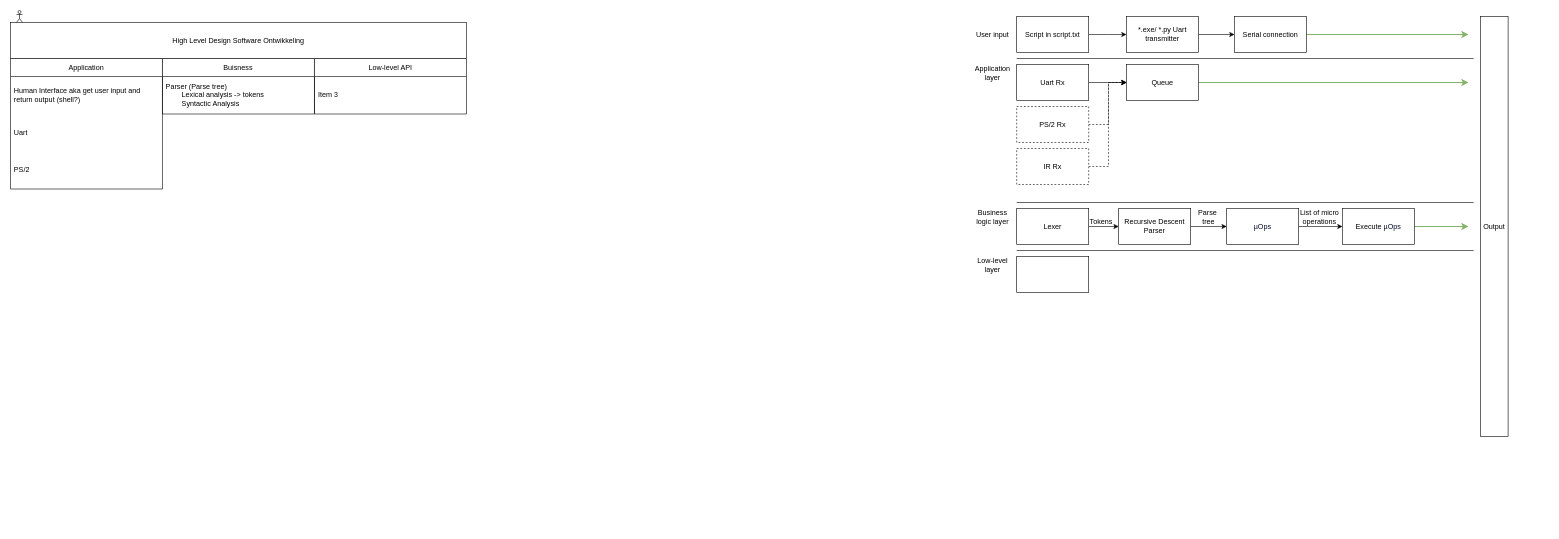
The draw.io diagram docs/HighLevelDesign.drawio in JesseSwildens/Software-ontwikkeling-VESOFTON, before the edit. Source tidied: cells renumbered, new cells numbered last; positions are measured from the earlier drawing's top-left corner, leaving out a move shared by most shapes. Both pictures are drawn from the tidied source at 60%, with x=0, y=0 at pixel (10, 10).
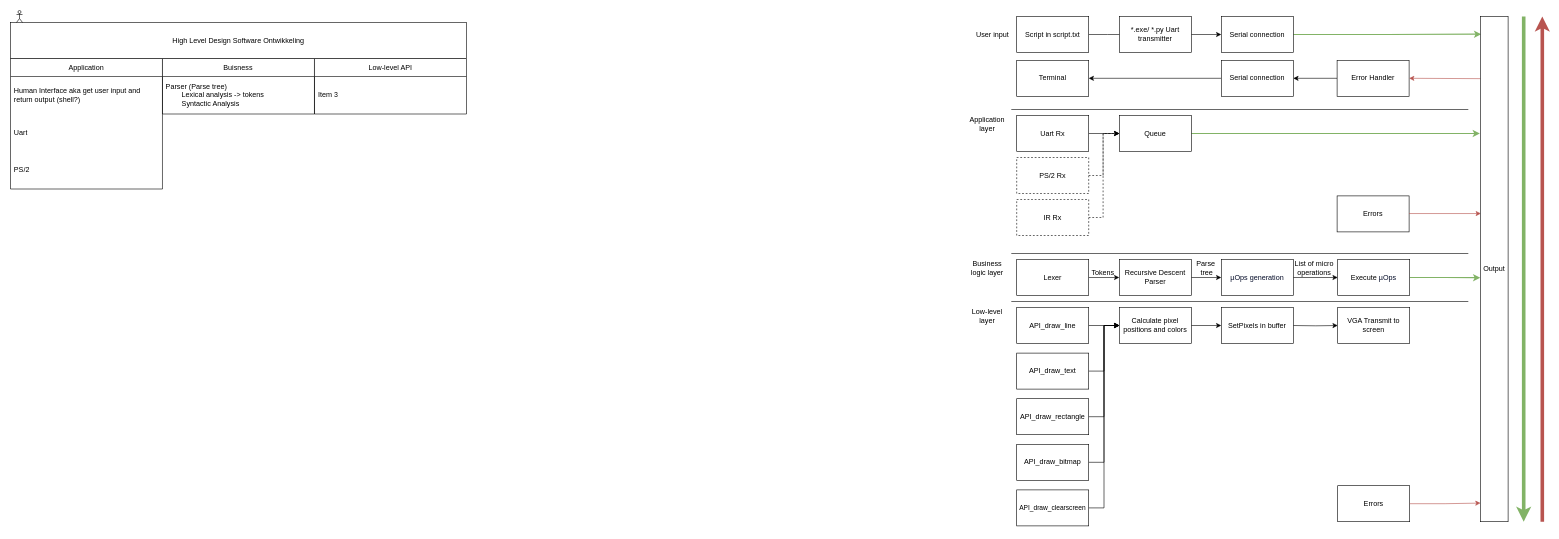
The same page after the edit.

Commit message:
HighLevelDesign.drawio added LLL and error handler in the diagram

Change to the diagram source:
```diff
@@
     <mxCell id="11" style="endArrow=none;html=1;rounded=0;" parent="1" edge="1">
       <mxGeometry relative="1" as="geometry">
-        <mxPoint x="1677" y="80" as="sourcePoint" />
-        <mxPoint x="2438.7" y="80" as="targetPoint" />
+        <mxPoint x="1668" y="165" as="sourcePoint" />
+        <mxPoint x="2429.7" y="165" as="targetPoint" />
       </mxGeometry>
     </mxCell>
     <mxCell id="12" style="endArrow=none;html=1;rounded=0;" parent="1" edge="1">
       <mxGeometry relative="1" as="geometry">
-        <mxPoint x="1677" y="320" as="sourcePoint" />
-        <mxPoint x="2438.7" y="320" as="targetPoint" />
+        <mxPoint x="1668" y="405" as="sourcePoint" />
+        <mxPoint x="2429.7" y="405" as="targetPoint" />
       </mxGeometry>
     </mxCell>
@@
     <mxCell id="20" value="*.exe/ *.py Uart transmitter" style="rounded=0;whiteSpace=wrap;html=1;" parent="1" vertex="1">
-      <mxGeometry x="1860" y="10" width="120" height="60" as="geometry" />
+      <mxGeometry x="1848" y="10" width="120" height="60" as="geometry" />
     </mxCell>
-    <mxCell id="21" style="edgeStyle=orthogonalEdgeStyle;rounded=0;jettySize=auto;html=1;fillColor=#d5e8d4;strokeColor=#82b366;strokeWidth=2;" parent="1" edge="1" source="22">
-      <mxGeometry relative="1" as="geometry">
-        <mxPoint x="2430" y="40" as="targetPoint" />
-      </mxGeometry>
+    <mxCell id="21" style="edgeStyle=orthogonalEdgeStyle;rounded=0;jettySize=auto;html=1;fillColor=#d5e8d4;strokeColor=#82b366;strokeWidth=2;entryX=0.027;entryY=0.035;entryDx=0;entryDy=0;entryPerimeter=0;" parent="1" edge="1" source="22" target="47">
+      <mxGeometry relative="1" as="geometry" />
     </mxCell>
     <mxCell id="22" value="Serial connection" style="rounded=0;whiteSpace=wrap;html=1;" parent="1" vertex="1">
-      <mxGeometry x="2040" y="10" width="120" height="60" as="geometry" />
+      <mxGeometry x="2018" y="10" width="120" height="60" as="geometry" />
     </mxCell>
     <mxCell id="23" value="Application layer" style="text;html=1;align=center;verticalAlign=middle;whiteSpace=wrap;rounded=0;" parent="1" vertex="1">
-      <mxGeometry x="1607" y="90" width="60" height="30" as="geometry" />
+      <mxGeometry x="1598" y="175" width="60" height="30" as="geometry" />
     </mxCell>
-    <mxCell id="24" style="edgeStyle=orthogonalEdgeStyle;rounded=0;jettySize=auto;html=1;" parent="1" edge="1" source="25">
-      <mxGeometry relative="1" as="geometry">
-        <mxPoint x="1860" y="120" as="targetPoint" />
-      </mxGeometry>
+    <mxCell id="24" style="edgeStyle=orthogonalEdgeStyle;rounded=0;jettySize=auto;html=1;entryX=0;entryY=0.5;entryDx=0;entryDy=0;" parent="1" edge="1" source="25" target="29">
+      <mxGeometry relative="1" as="geometry" />
     </mxCell>
     <mxCell id="25" value="Uart Rx" style="rounded=0;whiteSpace=wrap;html=1;" parent="1" vertex="1">
-      <mxGeometry x="1677" y="90" width="120" height="60" as="geometry" />
+      <mxGeometry x="1677" y="175" width="120" height="60" as="geometry" />
     </mxCell>
-    <mxCell id="26" style="edgeStyle=orthogonalEdgeStyle;rounded=0;jettySize=auto;html=1;dashed=1;" parent="1" edge="1" source="27">
+    <mxCell id="26" style="edgeStyle=orthogonalEdgeStyle;rounded=0;jettySize=auto;html=1;dashed=1;entryX=0;entryY=0.5;entryDx=0;entryDy=0;" parent="1" edge="1" source="27" target="29">
       <mxGeometry relative="1" as="geometry">
-        <mxPoint x="1860" y="120" as="targetPoint" />
         <Array as="points">
-          <mxPoint x="1830" y="190" />
-          <mxPoint x="1830" y="120" />
+          <mxPoint x="1821" y="275" />
+          <mxPoint x="1821" y="205" />
         </Array>
       </mxGeometry>
     </mxCell>
     <mxCell id="27" value="PS/2 Rx" style="rounded=0;whiteSpace=wrap;html=1;dashed=1;" parent="1" vertex="1">
-      <mxGeometry x="1677" y="160" width="120" height="60" as="geometry" />
+      <mxGeometry x="1677" y="245" width="120" height="60" as="geometry" />
     </mxCell>
     <mxCell id="28" style="edgeStyle=orthogonalEdgeStyle;rounded=0;jettySize=auto;html=1;fillColor=#d5e8d4;strokeColor=#82b366;strokeWidth=2;" parent="1" edge="1" source="29">
       <mxGeometry relative="1" as="geometry">
-        <mxPoint x="2430" y="120" as="targetPoint" />
+        <mxPoint x="2449" y="205" as="targetPoint" />
       </mxGeometry>
     </mxCell>
     <mxCell id="29" value="Queue" style="rounded=0;whiteSpace=wrap;html=1;" parent="1" vertex="1">
-      <mxGeometry x="1860" y="90" width="120" height="60" as="geometry" />
+      <mxGeometry x="1848" y="175" width="120" height="60" as="geometry" />
     </mxCell>
     <mxCell id="30" style="edgeStyle=orthogonalEdgeStyle;rounded=0;jettySize=auto;html=1;entryX=0;entryY=0.5;entryDx=0;entryDy=0;dashed=1;" parent="1" edge="1" source="31" target="29">
       <mxGeometry relative="1" as="geometry">
         <Array as="points">
-          <mxPoint x="1830" y="260" />
-          <mxPoint x="1830" y="120" />
+          <mxPoint x="1821" y="345" />
+          <mxPoint x="1821" y="205" />
         </Array>
       </mxGeometry>
     </mxCell>
     <mxCell id="31" value="IR Rx" style="rounded=0;whiteSpace=wrap;html=1;dashed=1;" parent="1" vertex="1">
-      <mxGeometry x="1677" y="230" width="120" height="60" as="geometry" />
+      <mxGeometry x="1677" y="315" width="120" height="60" as="geometry" />
     </mxCell>
     <mxCell id="32" value="Business logic layer" style="text;html=1;align=center;verticalAlign=middle;whiteSpace=wrap;rounded=0;" parent="1" vertex="1">
-      <mxGeometry x="1607" y="330" width="60" height="30" as="geometry" />
+      <mxGeometry x="1598" y="415" width="60" height="30" as="geometry" />
     </mxCell>
@@
     <mxCell id="34" value="Lexer" style="rounded=0;whiteSpace=wrap;html=1;" parent="1" vertex="1">
-      <mxGeometry x="1677" y="330" width="120" height="60" as="geometry" />
+      <mxGeometry x="1677" y="415" width="120" height="60" as="geometry" />
     </mxCell>
@@
     <mxCell id="36" value="Recursive Descent Parser" style="rounded=0;whiteSpace=wrap;html=1;" parent="1" vertex="1">
-      <mxGeometry x="1847" y="330" width="120" height="60" as="geometry" />
+      <mxGeometry x="1848" y="415" width="120" height="60" as="geometry" />
     </mxCell>
     <mxCell id="37" value="Tokens" style="text;html=1;align=center;verticalAlign=middle;whiteSpace=wrap;rounded=0;" parent="1" vertex="1">
-      <mxGeometry x="1788" y="337" width="60" height="30" as="geometry" />
+      <mxGeometry x="1791" y="423" width="60" height="30" as="geometry" />
     </mxCell>
@@
-    <mxCell id="39" value="&lt;div style=&quot;text-align: left;&quot;&gt;&lt;font size=&quot;1&quot; face=&quot;Google Sans, arial, sans-serif&quot; color=&quot;#040c28&quot;&gt;&lt;span style=&quot;background-color: rgb(255, 255, 255); font-size: 12px;&quot;&gt;µOps&lt;/span&gt;&lt;/font&gt;&lt;/div&gt;" style="whiteSpace=wrap;html=1;rounded=0;" parent="1" vertex="1">
-      <mxGeometry x="2027" y="330" width="120" height="60" as="geometry" />
+    <mxCell id="39" value="&lt;div style=&quot;text-align: left;&quot;&gt;&lt;font size=&quot;1&quot; face=&quot;Google Sans, arial, sans-serif&quot; color=&quot;#040c28&quot;&gt;&lt;span style=&quot;background-color: rgb(255, 255, 255); font-size: 12px;&quot;&gt;µOps generation&lt;/span&gt;&lt;/font&gt;&lt;/div&gt;" style="whiteSpace=wrap;html=1;rounded=0;" parent="1" vertex="1">
+      <mxGeometry x="2018" y="415" width="120" height="60" as="geometry" />
     </mxCell>
     <mxCell id="40" value="Parse&amp;nbsp;&lt;div&gt;tree&lt;/div&gt;" style="text;html=1;align=center;verticalAlign=middle;whiteSpace=wrap;rounded=0;" parent="1" vertex="1">
-      <mxGeometry x="1967" y="330" width="60" height="30" as="geometry" />
+      <mxGeometry x="1964" y="415" width="60" height="30" as="geometry" />
     </mxCell>
     <mxCell id="41" value="List of micro operations" style="text;html=1;align=center;verticalAlign=middle;whiteSpace=wrap;rounded=0;" parent="1" vertex="1">
-      <mxGeometry x="2147" y="330" width="70" height="30" as="geometry" />
+      <mxGeometry x="2138" y="415" width="70" height="30" as="geometry" />
     </mxCell>
     <mxCell id="42" style="endArrow=none;html=1;rounded=0;" parent="1" edge="1">
       <mxGeometry relative="1" as="geometry">
-        <mxPoint x="1677" y="400" as="sourcePoint" />
-        <mxPoint x="2438.7" y="400" as="targetPoint" />
+        <mxPoint x="1668" y="485" as="sourcePoint" />
+        <mxPoint x="2429.7" y="485" as="targetPoint" />
       </mxGeometry>
     </mxCell>
     <mxCell id="43" value="Low-level layer" style="text;html=1;align=center;verticalAlign=middle;whiteSpace=wrap;rounded=0;" parent="1" vertex="1">
-      <mxGeometry x="1607" y="410" width="60" height="30" as="geometry" />
+      <mxGeometry x="1598" y="495" width="60" height="30" as="geometry" />
     </mxCell>
+    <mxCell id="48" style="edgeStyle=orthogonalEdgeStyle;rounded=0;jettySize=auto;html=1;" parent="1" edge="1" source="44" target="63">
+      <mxGeometry relative="1" as="geometry" />
+    </mxCell>
-    <mxCell id="44" style="rounded=0;whiteSpace=wrap;html=1;" parent="1" vertex="1">
-      <mxGeometry x="1677" y="410" width="120" height="60" as="geometry" />
+    <mxCell id="44" value="API_draw_line" style="rounded=0;whiteSpace=wrap;html=1;" parent="1" vertex="1">
+      <mxGeometry x="1677" y="495" width="120" height="60" as="geometry" />
     </mxCell>
-    <mxCell id="45" style="edgeStyle=orthogonalEdgeStyle;rounded=0;jettySize=auto;html=1;fillColor=#d5e8d4;strokeColor=#82b366;strokeWidth=2;" parent="1" edge="1" source="46">
-      <mxGeometry relative="1" as="geometry">
-        <mxPoint x="2430" y="360" as="targetPoint" />
-      </mxGeometry>
+    <mxCell id="45" style="edgeStyle=orthogonalEdgeStyle;rounded=0;jettySize=auto;html=1;fillColor=#d5e8d4;strokeColor=#82b366;strokeWidth=2;entryX=-0.007;entryY=0.517;entryDx=0;entryDy=0;entryPerimeter=0;" parent="1" edge="1" source="46" target="47">
+      <mxGeometry relative="1" as="geometry" />
     </mxCell>
     <mxCell id="46" value="Execute&amp;nbsp;&lt;span style=&quot;color: rgb(4, 12, 40); font-family: &amp;quot;Google Sans&amp;quot;, arial, sans-serif; text-align: left; background-color: rgb(255, 255, 255);&quot;&gt;µOps&lt;/span&gt;" style="rounded=0;whiteSpace=wrap;html=1;" parent="1" vertex="1">
-      <mxGeometry x="2220" y="330" width="120" height="60" as="geometry" />
+      <mxGeometry x="2212" y="415" width="120" height="60" as="geometry" />
     </mxCell>
+    <mxCell id="49" style="edgeStyle=orthogonalEdgeStyle;rounded=0;jettySize=auto;html=1;entryX=1;entryY=0.5;entryDx=0;entryDy=0;" parent="1" edge="1" source="50" target="52">
+      <mxGeometry relative="1" as="geometry" />
+    </mxCell>
+    <mxCell id="50" value="Error Handler" style="rounded=0;whiteSpace=wrap;html=1;" parent="1" vertex="1">
+      <mxGeometry x="2211" y="83" width="120" height="60" as="geometry" />
+    </mxCell>
+    <mxCell id="51" style="edgeStyle=orthogonalEdgeStyle;rounded=0;jettySize=auto;html=1;entryX=1;entryY=0.5;entryDx=0;entryDy=0;" parent="1" edge="1" source="52" target="53">
+      <mxGeometry relative="1" as="geometry" />
+    </mxCell>
+    <mxCell id="52" value="Serial connection" style="rounded=0;whiteSpace=wrap;html=1;" parent="1" vertex="1">
+      <mxGeometry x="2018" y="83" width="120" height="60" as="geometry" />
+    </mxCell>
+    <mxCell id="53" value="Terminal" style="rounded=0;whiteSpace=wrap;html=1;" parent="1" vertex="1">
+      <mxGeometry x="1677" y="83" width="120" height="60" as="geometry" />
+    </mxCell>
+    <mxCell id="54" style="endArrow=classic;html=1;rounded=0;entryX=1;entryY=0.5;entryDx=0;entryDy=0;fillColor=#f8cecc;strokeColor=#b85450;exitX=0.005;exitY=0.123;exitDx=0;exitDy=0;exitPerimeter=0;" parent="1" edge="1" source="47" target="50">
+      <mxGeometry relative="1" as="geometry" />
+    </mxCell>
+    <mxCell id="55" value="Errors" style="rounded=0;whiteSpace=wrap;html=1;" parent="1" vertex="1">
+      <mxGeometry x="2211" y="309" width="120" height="60" as="geometry" />
+    </mxCell>
+    <mxCell id="56" style="edgeStyle=orthogonalEdgeStyle;rounded=0;jettySize=auto;html=1;entryX=0.014;entryY=0.39;entryDx=0;entryDy=0;entryPerimeter=0;fillColor=#f8cecc;strokeColor=#b85450;" parent="1" edge="1" source="55" target="47">
+      <mxGeometry relative="1" as="geometry">
+        <Array as="points">
+          <mxPoint x="2445" y="339" />
+        </Array>
+      </mxGeometry>
+    </mxCell>
+    <mxCell id="57" value="Errors" style="rounded=0;whiteSpace=wrap;html=1;" parent="1" vertex="1">
+      <mxGeometry x="2212" y="792" width="120" height="60" as="geometry" />
+    </mxCell>
+    <mxCell id="58" style="edgeStyle=orthogonalEdgeStyle;rounded=0;jettySize=auto;html=1;entryX=-0.025;entryY=0.469;entryDx=0;entryDy=0;entryPerimeter=0;fillColor=#f8cecc;strokeColor=#b85450;" parent="1" edge="1" source="57">
+      <mxGeometry relative="1" as="geometry">
+        <mxPoint x="2450" y="821" as="targetPoint" />
+      </mxGeometry>
+    </mxCell>
+    <mxCell id="59" style="edgeStyle=orthogonalEdgeStyle;rounded=0;jettySize=auto;html=1;" parent="1" edge="1" target="60">
+      <mxGeometry relative="1" as="geometry">
+        <mxPoint x="2138" y="525" as="sourcePoint" />
+      </mxGeometry>
+    </mxCell>
+    <mxCell id="60" value="VGA Transmit to screen" style="rounded=0;whiteSpace=wrap;html=1;" parent="1" vertex="1">
+      <mxGeometry x="2212" y="495" width="120" height="60" as="geometry" />
+    </mxCell>
+    <mxCell id="61" value="SetPixels in buffer" style="rounded=0;whiteSpace=wrap;html=1;" parent="1" vertex="1">
+      <mxGeometry x="2018" y="495" width="120" height="60" as="geometry" />
+    </mxCell>
+    <mxCell id="62" style="edgeStyle=orthogonalEdgeStyle;rounded=0;jettySize=auto;html=1;" parent="1" edge="1" source="63" target="61">
+      <mxGeometry relative="1" as="geometry" />
+    </mxCell>
+    <mxCell id="63" value="Calculate pixel positions and colors" style="rounded=0;whiteSpace=wrap;html=1;" parent="1" vertex="1">
+      <mxGeometry x="1848" y="495" width="120" height="60" as="geometry" />
+    </mxCell>
+    <mxCell id="64" style="edgeStyle=orthogonalEdgeStyle;rounded=0;jettySize=auto;html=1;entryX=0;entryY=0.5;entryDx=0;entryDy=0;" parent="1" edge="1" source="65" target="63">
+      <mxGeometry relative="1" as="geometry" />
+    </mxCell>
+    <mxCell id="65" value="API_draw_text" style="rounded=0;whiteSpace=wrap;html=1;" parent="1" vertex="1">
+      <mxGeometry x="1677" y="571" width="120" height="60" as="geometry" />
+    </mxCell>
+    <mxCell id="66" style="edgeStyle=orthogonalEdgeStyle;rounded=0;jettySize=auto;html=1;entryX=0;entryY=0.5;entryDx=0;entryDy=0;" parent="1" edge="1" source="67" target="63">
+      <mxGeometry relative="1" as="geometry" />
+    </mxCell>
+    <mxCell id="67" value="API_draw_rectangle" style="rounded=0;whiteSpace=wrap;html=1;" parent="1" vertex="1">
+      <mxGeometry x="1677" y="647" width="120" height="60" as="geometry" />
+    </mxCell>
+    <mxCell id="68" style="edgeStyle=orthogonalEdgeStyle;rounded=0;jettySize=auto;html=1;entryX=0;entryY=0.5;entryDx=0;entryDy=0;" parent="1" edge="1" source="69" target="63">
+      <mxGeometry relative="1" as="geometry" />
+    </mxCell>
+    <mxCell id="69" value="API_draw_bitmap" style="rounded=0;whiteSpace=wrap;html=1;" parent="1" vertex="1">
+      <mxGeometry x="1677" y="723" width="120" height="60" as="geometry" />
+    </mxCell>
+    <mxCell id="70" style="edgeStyle=orthogonalEdgeStyle;rounded=0;jettySize=auto;html=1;entryX=0;entryY=0.5;entryDx=0;entryDy=0;" parent="1" edge="1" source="71" target="63">
+      <mxGeometry relative="1" as="geometry" />
+    </mxCell>
+    <mxCell id="71" value="&lt;font style=&quot;font-size: 11px;&quot;&gt;API_draw_clearscreen&lt;/font&gt;" style="rounded=0;whiteSpace=wrap;html=1;" parent="1" vertex="1">
+      <mxGeometry x="1677" y="799" width="120" height="60" as="geometry" />
+    </mxCell>
+    <mxCell id="72" style="group;" parent="1" vertex="1">
+      <mxGeometry x="2450" y="10" width="103" height="842" as="geometry" />
+    </mxCell>
-    <mxCell id="47" value="Output" style="rounded=0;whiteSpace=wrap;html=1;" parent="1" vertex="1">
-      <mxGeometry x="2450" y="10" width="46" height="700" as="geometry" />
+    <mxCell id="47" value="Output" style="rounded=0;whiteSpace=wrap;html=1;" parent="72" vertex="1">
+      <mxGeometry width="46" height="842" as="geometry" />
     </mxCell>
+    <mxCell id="73" style="endArrow=classic;html=1;rounded=0;strokeWidth=6;fillColor=#d5e8d4;strokeColor=#82b366;" parent="72" edge="1">
+      <mxGeometry relative="1" as="geometry">
+        <mxPoint x="72" as="sourcePoint" />
+        <mxPoint x="72" y="842" as="targetPoint" />
+      </mxGeometry>
+    </mxCell>
+    <mxCell id="74" style="endArrow=classic;html=1;rounded=0;strokeWidth=6;fillColor=#f8cecc;strokeColor=#b85450;" parent="72" edge="1">
+      <mxGeometry relative="1" as="geometry">
+        <mxPoint x="103" y="842" as="sourcePoint" />
+        <mxPoint x="103" as="targetPoint" />
+      </mxGeometry>
+    </mxCell>
```
